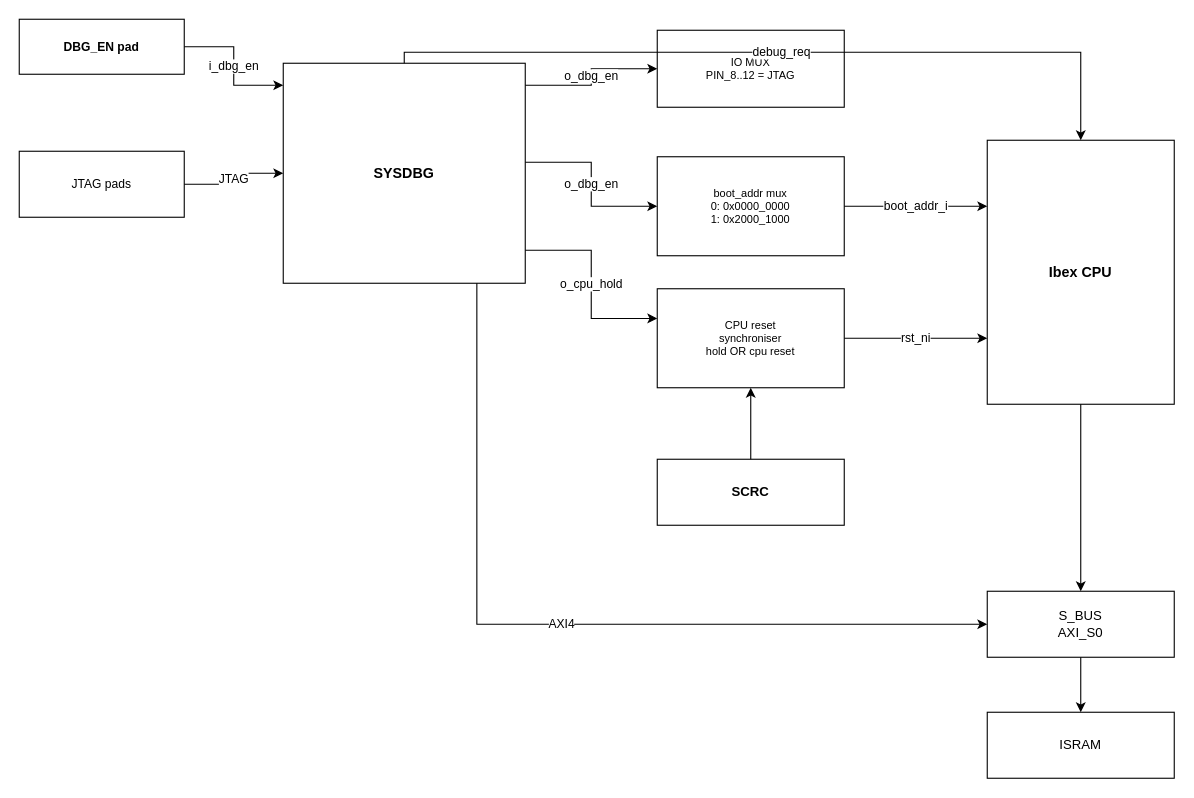
Before: page "Debug boot wiring" (3 of 3) of doc/drawio/QNSC_SYSDBG_MAS.drawio in quynhonsemiconductor/vlsi_deep_training, a draw.io diagram. Source tidied: cells renumbered, new cells numbered last; positions are measured from the earlier drawing's top-left corner, leaving out a move shared by most shapes. Both pictures are drawn from the tidied source at 110%, with x=0, y=0 at pixel (19, 19).
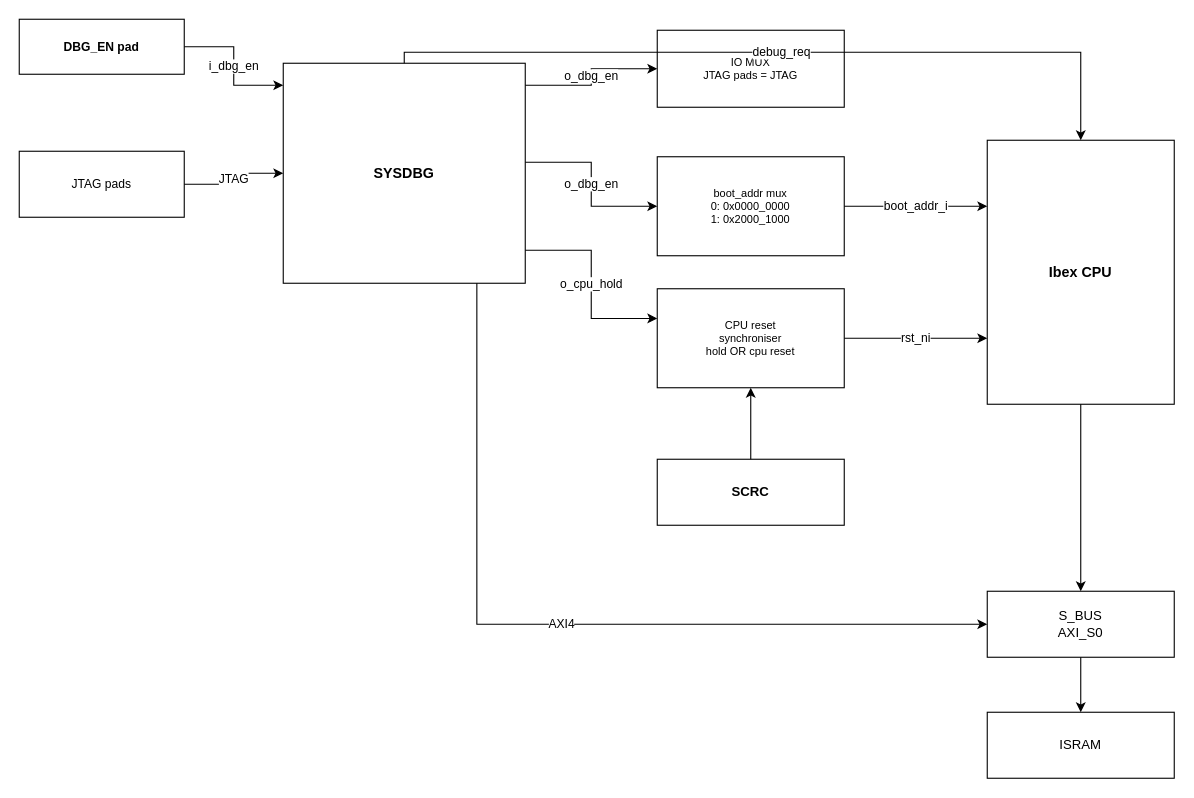
The same page after the edit.

Change to the diagram source:
```diff
@@
-    <mxCell id="6" value="IO MUX&#10;PIN_8..12 = JTAG" style="rounded=0;whiteSpace=wrap;html=1;fillColor=#ffffff;strokeColor=#000000;fontSize=10;dashed=0;verticalAlign=middle;" parent="1" vertex="1">
+    <mxCell id="6" value="IO MUX&#10;JTAG pads = JTAG" style="rounded=0;whiteSpace=wrap;html=1;fillColor=#ffffff;strokeColor=#000000;fontSize=10;dashed=0;verticalAlign=middle;" parent="1" vertex="1">
       <mxGeometry x="580" y="10" width="170" height="70" as="geometry" />
     </mxCell>
```
